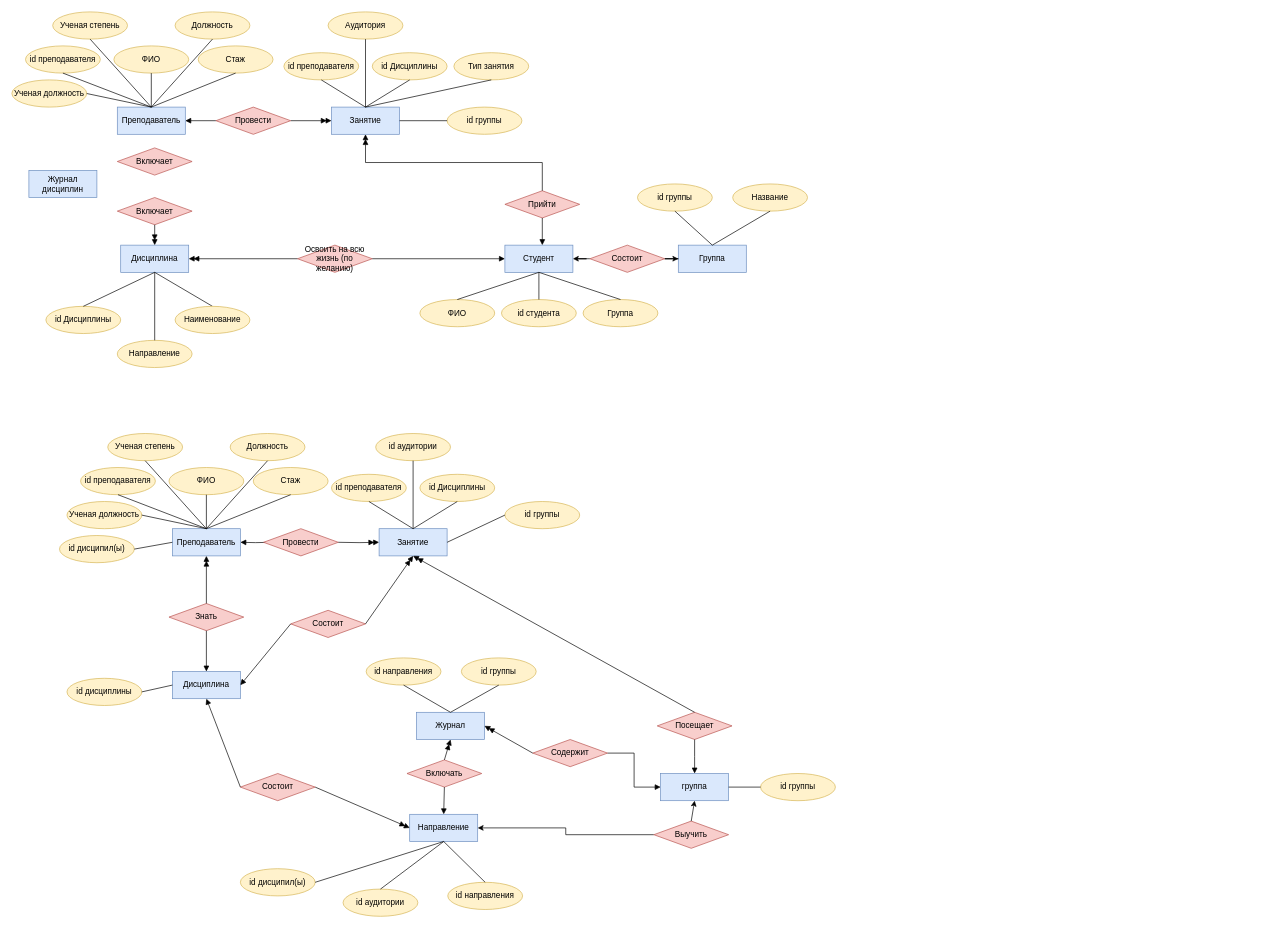
This is draw_io/БД.drawio from Dimj1k/Works, a draw.io file, before an edit. Source tidied: cells renumbered, new cells numbered last; positions are measured from the earlier drawing's top-left corner, leaving out a move shared by most shapes. Both pictures are drawn from the tidied source at 68%, with x=0, y=0 at pixel (12, 12).
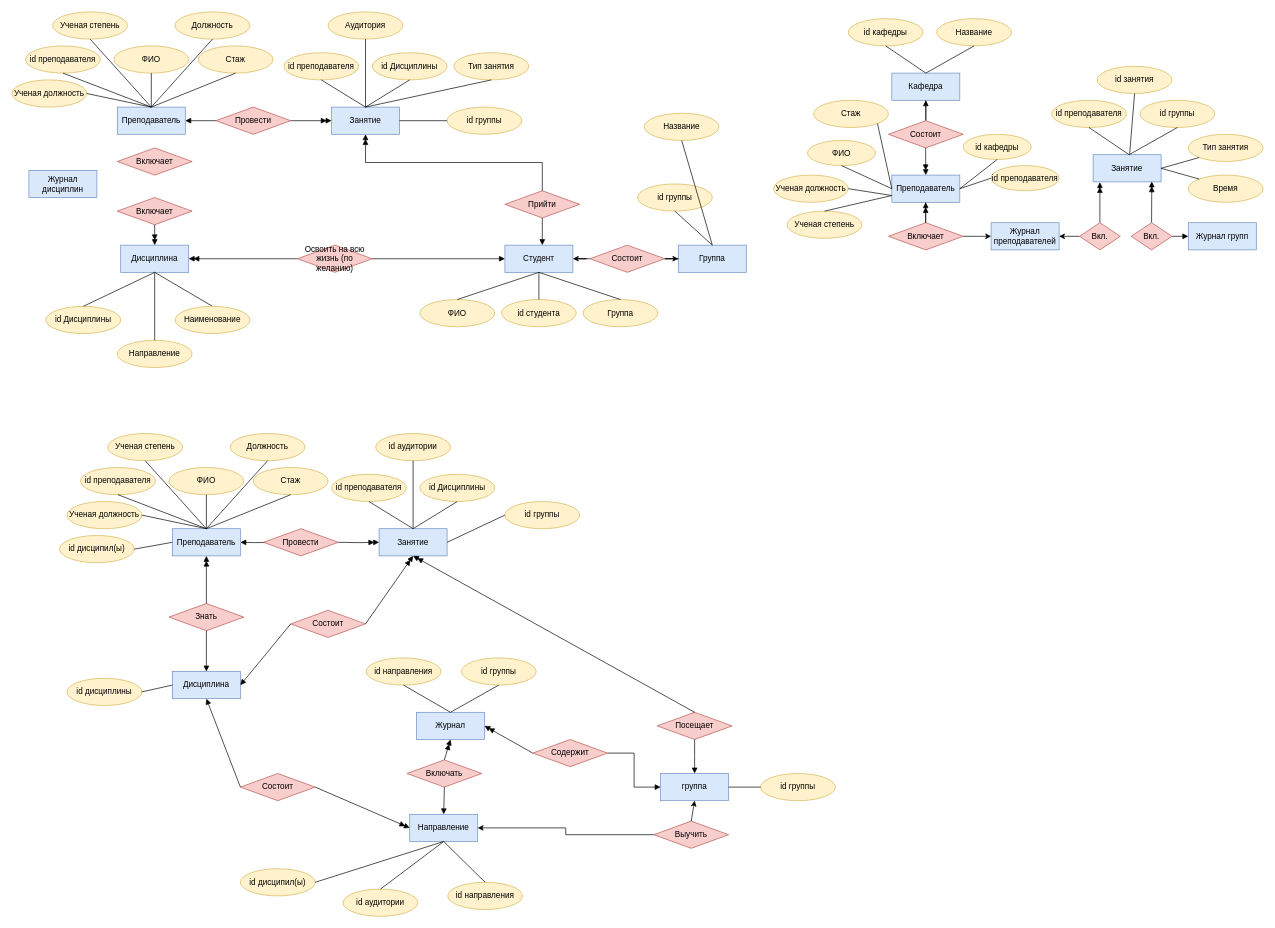
Above is the later version.

What changed in the source:
```diff
@@
     <mxCell id="53" value="Название" style="ellipse;whiteSpace=wrap;html=1;align=center;fillColor=#fff2cc;strokeColor=#d6b656;" parent="1" vertex="1">
-      <mxGeometry x="1060" y="253" width="110" height="40" as="geometry" />
+      <mxGeometry x="930" y="149" width="110" height="40" as="geometry" />
     </mxCell>
@@
+    <mxCell id="127" value="Кафедра" style="whiteSpace=wrap;html=1;align=center;fillColor=#dae8fc;strokeColor=#6c8ebf;" parent="1" vertex="1">
+      <mxGeometry x="1294" y="90" width="100" height="40" as="geometry" />
+    </mxCell>
+    <mxCell id="128" value="Название" style="ellipse;whiteSpace=wrap;html=1;align=center;fillColor=#fff2cc;strokeColor=#d6b656;" parent="1" vertex="1">
+      <mxGeometry x="1360" y="10" width="110" height="40" as="geometry" />
+    </mxCell>
+    <mxCell id="129" value="id кафедры" style="ellipse;whiteSpace=wrap;html=1;align=center;fillColor=#fff2cc;strokeColor=#d6b656;" parent="1" vertex="1">
+      <mxGeometry x="1230" y="10" width="110" height="40" as="geometry" />
+    </mxCell>
+    <mxCell id="130" style="endArrow=none;html=1;rounded=0;exitX=0.5;exitY=1;exitDx=0;exitDy=0;entryX=0.5;entryY=0;entryDx=0;entryDy=0;" parent="1" edge="1" source="129" target="127">
+      <mxGeometry relative="1" as="geometry" />
+    </mxCell>
+    <mxCell id="131" style="endArrow=none;html=1;rounded=0;exitX=0.5;exitY=1;exitDx=0;exitDy=0;entryX=0.5;entryY=0;entryDx=0;entryDy=0;" parent="1" edge="1" source="128" target="127">
+      <mxGeometry relative="1" as="geometry" />
+    </mxCell>
+    <mxCell id="132" style="rounded=0;jettySize=auto;html=1;endArrow=block;endFill=1;exitX=0.5;exitY=1;exitDx=0;exitDy=0;" parent="1" edge="1" source="127">
+      <mxGeometry relative="1" as="geometry">
+        <mxPoint x="1344" y="130" as="targetPoint" />
+        <Array as="points">
+          <mxPoint x="1344" y="160" />
+        </Array>
+      </mxGeometry>
+    </mxCell>
+    <mxCell id="133" value="Состоит" style="shape=rhombus;perimeter=rhombusPerimeter;whiteSpace=wrap;html=1;align=center;fillColor=#f8cecc;strokeColor=#b85450;" parent="1" vertex="1">
+      <mxGeometry x="1289" y="160" width="110" height="40" as="geometry" />
+    </mxCell>
+    <mxCell id="134" style="rounded=0;jettySize=auto;html=1;endArrow=doubleBlock;endFill=1;exitX=0.5;exitY=1;exitDx=0;exitDy=0;entryX=0.5;entryY=0;entryDx=0;entryDy=0;" parent="1" edge="1" target="135">
+      <mxGeometry relative="1" as="geometry">
+        <mxPoint x="1343.8" y="200" as="sourcePoint" />
+        <Array as="points">
+          <mxPoint x="1343.8" y="230" />
+        </Array>
+      </mxGeometry>
+    </mxCell>
+    <mxCell id="135" value="Преподаватель" style="whiteSpace=wrap;html=1;align=center;fillColor=#dae8fc;strokeColor=#6c8ebf;" parent="1" vertex="1">
+      <mxGeometry x="1294" y="240" width="100" height="40" as="geometry" />
+    </mxCell>
+    <mxCell id="136" value="id кафедры" style="ellipse;whiteSpace=wrap;html=1;align=center;fillColor=#fff2cc;strokeColor=#d6b656;" parent="1" vertex="1">
+      <mxGeometry x="1399" y="180" width="100" height="37" as="geometry" />
+    </mxCell>
+    <mxCell id="137" style="endArrow=none;html=1;rounded=0;entryX=0.5;entryY=1;entryDx=0;entryDy=0;exitX=1;exitY=0.5;exitDx=0;exitDy=0;" parent="1" edge="1" source="135" target="136">
+      <mxGeometry relative="1" as="geometry" />
+    </mxCell>
+    <mxCell id="138" value="id преподавателя" style="ellipse;whiteSpace=wrap;html=1;align=center;fillColor=#fff2cc;strokeColor=#d6b656;" parent="1" vertex="1">
+      <mxGeometry x="1440" y="226" width="100" height="37" as="geometry" />
+    </mxCell>
+    <mxCell id="139" style="endArrow=none;html=1;rounded=0;entryX=0;entryY=0.5;entryDx=0;entryDy=0;exitX=1;exitY=0.5;exitDx=0;exitDy=0;" parent="1" edge="1" source="135" target="138">
+      <mxGeometry relative="1" as="geometry" />
+    </mxCell>
+    <mxCell id="140" value="ФИО" style="ellipse;whiteSpace=wrap;html=1;align=center;fillColor=#fff2cc;strokeColor=#d6b656;" parent="1" vertex="1">
+      <mxGeometry x="1170" y="189" width="100" height="37" as="geometry" />
+    </mxCell>
+    <mxCell id="141" style="endArrow=none;html=1;rounded=0;entryX=0;entryY=0.5;entryDx=0;entryDy=0;exitX=0.5;exitY=1;exitDx=0;exitDy=0;" parent="1" edge="1" source="140" target="135">
+      <mxGeometry relative="1" as="geometry" />
+    </mxCell>
+    <mxCell id="142" style="edgeStyle=orthogonalEdgeStyle;rounded=0;jettySize=auto;html=1;" parent="1" edge="1" source="143">
+      <mxGeometry relative="1" as="geometry">
+        <mxPoint x="1440" y="330" as="targetPoint" />
+      </mxGeometry>
+    </mxCell>
+    <mxCell id="143" value="Включает" style="shape=rhombus;perimeter=rhombusPerimeter;whiteSpace=wrap;html=1;align=center;fillColor=#f8cecc;strokeColor=#b85450;" parent="1" vertex="1">
+      <mxGeometry x="1289" y="310" width="110" height="40" as="geometry" />
+    </mxCell>
+    <mxCell id="144" style="rounded=0;orthogonalLoop=1;jettySize=auto;html=1;endArrow=doubleBlock;endFill=1;exitX=0.5;exitY=1;exitDx=0;exitDy=0;" parent="1" edge="1">
+      <mxGeometry relative="1" as="geometry">
+        <mxPoint x="1343.8" y="280" as="sourcePoint" />
+        <mxPoint x="1343.8" y="280" as="targetPoint" />
+        <Array as="points">
+          <mxPoint x="1343.8" y="310" />
+        </Array>
+      </mxGeometry>
+    </mxCell>
+    <mxCell id="145" value="Журнал преподавателей" style="whiteSpace=wrap;html=1;align=center;fillColor=#dae8fc;strokeColor=#6c8ebf;" parent="1" vertex="1">
+      <mxGeometry x="1440" y="310" width="100" height="40" as="geometry" />
+    </mxCell>
+    <mxCell id="146" style="rounded=0;jettySize=auto;html=1;exitX=0;exitY=0.5;exitDx=0;exitDy=0;" parent="1" edge="1" source="148">
+      <mxGeometry relative="1" as="geometry">
+        <mxPoint x="1540" y="330" as="targetPoint" />
+      </mxGeometry>
+    </mxCell>
+    <mxCell id="147" style="rounded=0;jettySize=auto;html=1;entryX=0.1;entryY=1.01;entryDx=0;entryDy=0;entryPerimeter=0;endArrow=doubleBlock;endFill=1;" parent="1" edge="1" source="148" target="149">
+      <mxGeometry relative="1" as="geometry" />
+    </mxCell>
+    <mxCell id="148" value="Вкл." style="shape=rhombus;perimeter=rhombusPerimeter;whiteSpace=wrap;html=1;align=center;fillColor=#f8cecc;strokeColor=#b85450;" parent="1" vertex="1">
+      <mxGeometry x="1570" y="310" width="60" height="40" as="geometry" />
+    </mxCell>
+    <mxCell id="149" value="Занятие" style="whiteSpace=wrap;html=1;align=center;fillColor=#dae8fc;strokeColor=#6c8ebf;" parent="1" vertex="1">
+      <mxGeometry x="1590" y="210" width="100" height="40" as="geometry" />
+    </mxCell>
+    <mxCell id="150" style="rounded=0;jettySize=auto;html=1;entryX=0.863;entryY=0.987;entryDx=0;entryDy=0;entryPerimeter=0;endArrow=doubleBlock;endFill=1;exitX=0.5;exitY=0;exitDx=0;exitDy=0;" parent="1" edge="1" source="152" target="149">
+      <mxGeometry relative="1" as="geometry" />
+    </mxCell>
+    <mxCell id="151" style="edgeStyle=orthogonalEdgeStyle;rounded=0;jettySize=auto;html=1;exitX=1;exitY=0.5;exitDx=0;exitDy=0;entryX=0;entryY=0.5;entryDx=0;entryDy=0;endArrow=block;endFill=1;" parent="1" edge="1" source="152" target="153">
+      <mxGeometry relative="1" as="geometry" />
+    </mxCell>
+    <mxCell id="152" value="Вкл." style="shape=rhombus;perimeter=rhombusPerimeter;whiteSpace=wrap;html=1;align=center;fillColor=#f8cecc;strokeColor=#b85450;" parent="1" vertex="1">
+      <mxGeometry x="1646" y="310" width="60" height="40" as="geometry" />
+    </mxCell>
+    <mxCell id="153" value="Журнал групп" style="whiteSpace=wrap;html=1;align=center;fillColor=#dae8fc;strokeColor=#6c8ebf;" parent="1" vertex="1">
+      <mxGeometry x="1730" y="310" width="100" height="40" as="geometry" />
+    </mxCell>
+    <mxCell id="154" value="id группы" style="ellipse;whiteSpace=wrap;html=1;align=center;fillColor=#fff2cc;strokeColor=#d6b656;" parent="1" vertex="1">
+      <mxGeometry x="1659" y="130" width="110" height="40" as="geometry" />
+    </mxCell>
+    <mxCell id="155" value="id преподавателя" style="ellipse;whiteSpace=wrap;html=1;align=center;fillColor=#fff2cc;strokeColor=#d6b656;" parent="1" vertex="1">
+      <mxGeometry x="1529" y="130" width="110" height="40" as="geometry" />
+    </mxCell>
+    <mxCell id="156" style="endArrow=none;html=1;rounded=0;exitX=0.5;exitY=1;exitDx=0;exitDy=0;entryX=0.5;entryY=0;entryDx=0;entryDy=0;" parent="1" edge="1" source="155">
+      <mxGeometry relative="1" as="geometry">
+        <mxPoint x="1643" y="210" as="targetPoint" />
+      </mxGeometry>
+    </mxCell>
+    <mxCell id="157" style="endArrow=none;html=1;rounded=0;exitX=0.5;exitY=1;exitDx=0;exitDy=0;entryX=0.5;entryY=0;entryDx=0;entryDy=0;" parent="1" edge="1" source="154">
+      <mxGeometry relative="1" as="geometry">
+        <mxPoint x="1643" y="210" as="targetPoint" />
+      </mxGeometry>
+    </mxCell>
+    <mxCell id="158" value="id занятия" style="ellipse;whiteSpace=wrap;html=1;align=center;fillColor=#fff2cc;strokeColor=#d6b656;" parent="1" vertex="1">
+      <mxGeometry x="1596" y="80" width="110" height="40" as="geometry" />
+    </mxCell>
+    <mxCell id="159" style="endArrow=none;html=1;rounded=0;exitX=0.5;exitY=1;exitDx=0;exitDy=0;entryX=0.537;entryY=-0.014;entryDx=0;entryDy=0;entryPerimeter=0;" parent="1" edge="1" source="158" target="149">
+      <mxGeometry relative="1" as="geometry" />
+    </mxCell>
+    <mxCell id="160" value="Тип занятия" style="ellipse;whiteSpace=wrap;html=1;align=center;fillColor=#fff2cc;strokeColor=#d6b656;" parent="1" vertex="1">
+      <mxGeometry x="1730" y="180" width="110" height="40" as="geometry" />
+    </mxCell>
+    <mxCell id="161" style="endArrow=none;html=1;rounded=0;exitX=0;exitY=1;exitDx=0;exitDy=0;entryX=1;entryY=0.5;entryDx=0;entryDy=0;" parent="1" edge="1" source="160" target="149">
+      <mxGeometry relative="1" as="geometry" />
+    </mxCell>
+    <mxCell id="162" value="Время" style="ellipse;whiteSpace=wrap;html=1;align=center;fillColor=#fff2cc;strokeColor=#d6b656;" parent="1" vertex="1">
+      <mxGeometry x="1730" y="240" width="110" height="40" as="geometry" />
+    </mxCell>
+    <mxCell id="163" style="endArrow=none;html=1;rounded=0;exitX=0;exitY=0;exitDx=0;exitDy=0;entryX=1;entryY=0.5;entryDx=0;entryDy=0;" parent="1" edge="1" source="162" target="149">
+      <mxGeometry relative="1" as="geometry" />
+    </mxCell>
+    <mxCell id="164" value="Стаж" style="ellipse;whiteSpace=wrap;html=1;align=center;fillColor=#fff2cc;strokeColor=#d6b656;" parent="1" vertex="1">
+      <mxGeometry x="1179" y="130" width="110" height="40" as="geometry" />
+    </mxCell>
+    <mxCell id="165" style="endArrow=none;html=1;rounded=0;entryX=0;entryY=0.5;entryDx=0;entryDy=0;exitX=1;exitY=1;exitDx=0;exitDy=0;" parent="1" edge="1" source="164" target="135">
+      <mxGeometry relative="1" as="geometry" />
+    </mxCell>
+    <mxCell id="166" value="Ученая степень" style="ellipse;whiteSpace=wrap;html=1;align=center;fillColor=#fff2cc;strokeColor=#d6b656;" parent="1" vertex="1">
+      <mxGeometry x="1140" y="293" width="110" height="40" as="geometry" />
+    </mxCell>
+    <mxCell id="167" style="endArrow=none;html=1;rounded=0;exitX=0.5;exitY=0;exitDx=0;exitDy=0;entryX=0.5;entryY=0;entryDx=0;entryDy=0;" parent="1" edge="1" source="166">
+      <mxGeometry relative="1" as="geometry">
+        <mxPoint x="1294" y="270" as="targetPoint" />
+      </mxGeometry>
+    </mxCell>
+    <mxCell id="168" value="Ученая должность" style="ellipse;whiteSpace=wrap;html=1;align=center;fillColor=#fff2cc;strokeColor=#d6b656;" parent="1" vertex="1">
+      <mxGeometry x="1120" y="240" width="110" height="40" as="geometry" />
+    </mxCell>
+    <mxCell id="169" style="endArrow=none;html=1;rounded=0;exitX=1;exitY=0.5;exitDx=0;exitDy=0;entryX=0.5;entryY=0;entryDx=0;entryDy=0;" parent="1" edge="1" source="168">
+      <mxGeometry relative="1" as="geometry">
+        <mxPoint x="1294" y="270" as="targetPoint" />
+      </mxGeometry>
+    </mxCell>
```
